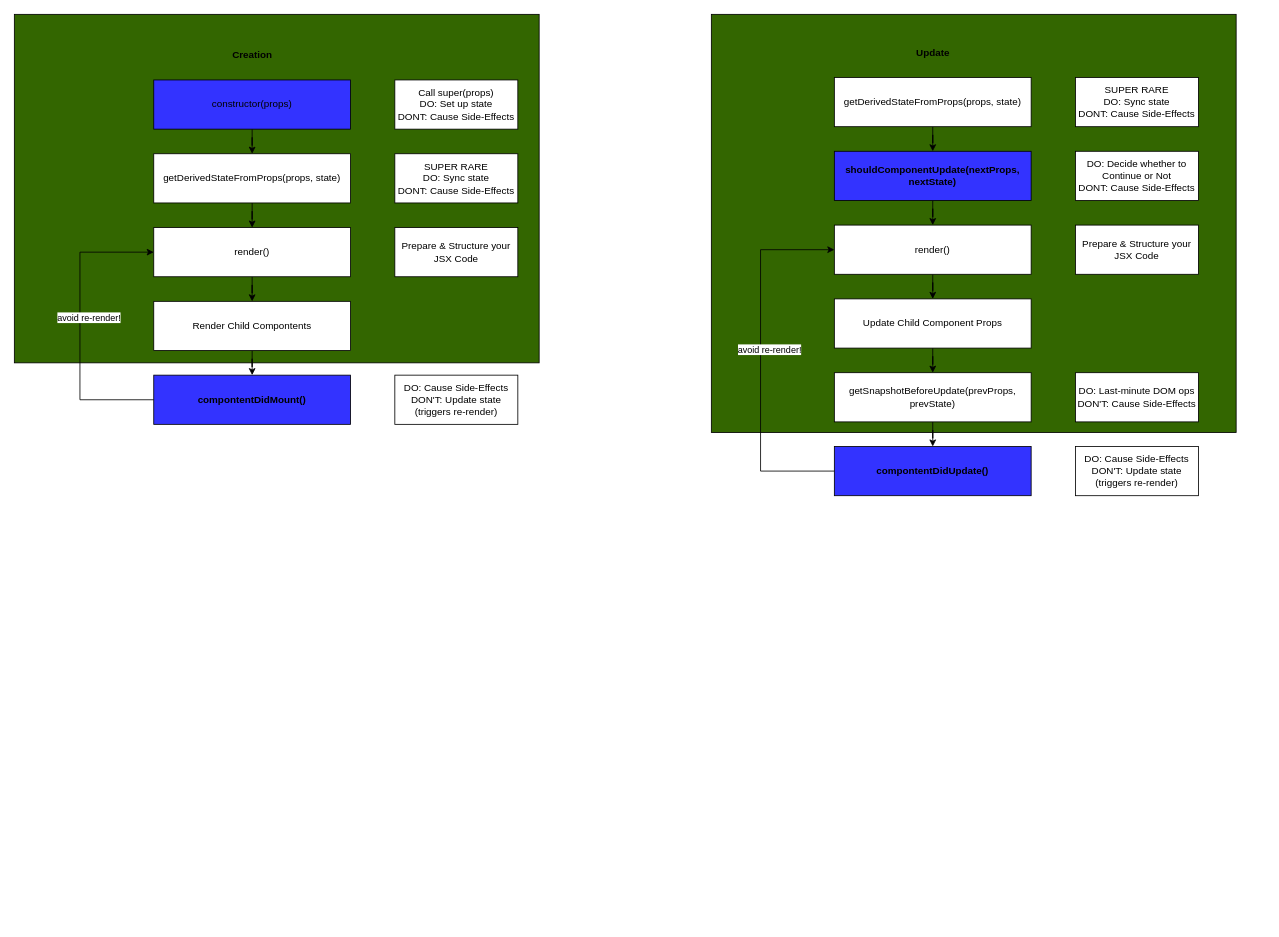
Above: docs/component-lifecycle.drawio in roylee0704/react-complete-guide (draw.io), before the change. Source tidied: cells renumbered, new cells numbered last; positions are measured from the earlier drawing's top-left corner, leaving out a move shared by most shapes. Both pictures are drawn from the tidied source at 82%, with x=0, y=0 at pixel (14, 14).
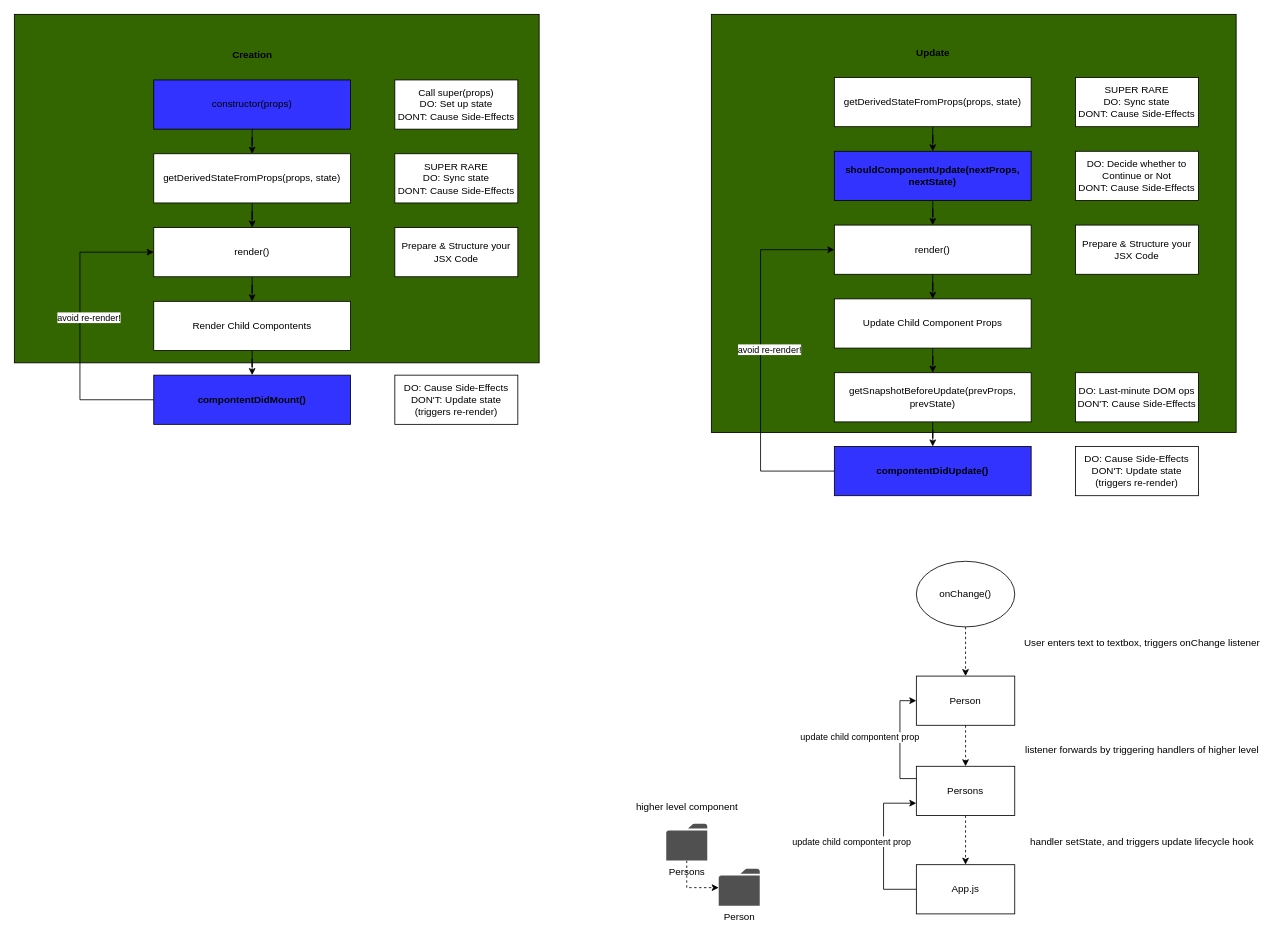
After the change.

Commit message (it also covers changes not shown here):
refac: move persons, person compontents

The edit, as a diff of the source:
```diff
@@
+    <mxCell id="39" style="edgeStyle=orthogonalEdgeStyle;rounded=0;jettySize=auto;html=1;entryX=0;entryY=0.75;entryDx=0;entryDy=0;exitX=0;exitY=0.5;exitDx=0;exitDy=0;" parent="1" edge="1" source="41" target="45">
+      <mxGeometry relative="1" as="geometry">
+        <Array as="points">
+          <mxPoint x="1060" y="1067" />
+          <mxPoint x="1060" y="962" />
+        </Array>
+      </mxGeometry>
+    </mxCell>
+    <mxCell id="40" value="update child compontent prop" style="edgeLabel;html=1;align=center;verticalAlign=middle;" parent="39" vertex="1">
+      <mxGeometry x="0.18" y="3" relative="1" as="geometry">
+        <mxPoint x="-37" y="10" as="offset" />
+      </mxGeometry>
+    </mxCell>
+    <mxCell id="41" value="App.js" style="rounded=0;whiteSpace=wrap;html=1;fillColor=none;" parent="1" vertex="1">
+      <mxGeometry x="1100" y="1037" width="120" height="60" as="geometry" />
+    </mxCell>
@@
+    <mxCell id="42" style="edgeStyle=orthogonalEdgeStyle;rounded=0;jettySize=auto;html=1;entryX=0.5;entryY=0;entryDx=0;entryDy=0;dashed=1;" parent="1" edge="1" source="45" target="41">
+      <mxGeometry relative="1" as="geometry" />
+    </mxCell>
+    <mxCell id="43" style="edgeStyle=orthogonalEdgeStyle;rounded=0;jettySize=auto;html=1;entryX=0;entryY=0.5;entryDx=0;entryDy=0;exitX=0;exitY=0.25;exitDx=0;exitDy=0;" parent="1" edge="1" source="45" target="47">
+      <mxGeometry relative="1" as="geometry" />
+    </mxCell>
+    <mxCell id="44" value="update child compontent prop" style="edgeLabel;html=1;align=center;verticalAlign=middle;" parent="43" vertex="1">
+      <mxGeometry y="-5" relative="1" as="geometry">
+        <mxPoint x="-55" y="-2.1" as="offset" />
+      </mxGeometry>
+    </mxCell>
+    <mxCell id="45" value="Persons" style="rounded=0;whiteSpace=wrap;html=1;fillColor=none;" parent="1" vertex="1">
+      <mxGeometry x="1100" y="917" width="120" height="60" as="geometry" />
+    </mxCell>
+    <mxCell id="46" style="edgeStyle=orthogonalEdgeStyle;rounded=0;jettySize=auto;html=1;dashed=1;" parent="1" edge="1" source="47" target="45">
+      <mxGeometry relative="1" as="geometry" />
+    </mxCell>
+    <mxCell id="47" value="Person" style="rounded=0;whiteSpace=wrap;html=1;fillColor=none;" parent="1" vertex="1">
+      <mxGeometry x="1100" y="807" width="120" height="60" as="geometry" />
+    </mxCell>
+    <mxCell id="48" style="edgeStyle=orthogonalEdgeStyle;rounded=0;jettySize=auto;html=1;exitX=0.5;exitY=1;exitDx=0;exitDy=0;entryX=0.5;entryY=0;entryDx=0;entryDy=0;dashed=1;" parent="1" edge="1" source="49" target="47">
+      <mxGeometry relative="1" as="geometry" />
+    </mxCell>
+    <mxCell id="49" value="onChange()" style="ellipse;whiteSpace=wrap;html=1;fillColor=none;" parent="1" vertex="1">
+      <mxGeometry x="1100" y="667" width="120" height="80" as="geometry" />
+    </mxCell>
+    <mxCell id="50" value="User enters text to textbox, triggers onChange listener" style="text;html=1;align=center;verticalAlign=middle;" parent="1" vertex="1">
+      <mxGeometry x="1225" y="757" width="300" height="20" as="geometry" />
+    </mxCell>
+    <mxCell id="51" value="listener forwards by triggering handlers of higher level" style="text;html=1;align=center;verticalAlign=middle;" parent="1" vertex="1">
+      <mxGeometry x="1225" y="887" width="300" height="20" as="geometry" />
+    </mxCell>
+    <mxCell id="52" value="handler setState, and triggers update lifecycle hook" style="text;html=1;align=center;verticalAlign=middle;" parent="1" vertex="1">
+      <mxGeometry x="1230" y="999.5" width="290" height="20" as="geometry" />
+    </mxCell>
+    <mxCell id="53" style="edgeStyle=orthogonalEdgeStyle;rounded=0;jettySize=auto;html=1;dashed=1;" parent="1" edge="1" source="54" target="55">
+      <mxGeometry relative="1" as="geometry">
+        <Array as="points">
+          <mxPoint x="820" y="1065" />
+        </Array>
+      </mxGeometry>
+    </mxCell>
+    <mxCell id="54" value="Persons" style="shadow=0;dashed=0;html=1;strokeColor=none;fillColor=#505050;labelPosition=center;verticalLabelPosition=bottom;verticalAlign=top;outlineConnect=0;align=center;shape=mxgraph.office.concepts.folder;" parent="1" vertex="1">
+      <mxGeometry x="795" y="987" width="50" height="45" as="geometry" />
+    </mxCell>
+    <mxCell id="55" value="Person" style="shadow=0;dashed=0;html=1;strokeColor=none;fillColor=#505050;labelPosition=center;verticalLabelPosition=bottom;verticalAlign=top;outlineConnect=0;align=center;shape=mxgraph.office.concepts.folder;" parent="1" vertex="1">
+      <mxGeometry x="859" y="1042" width="50" height="45" as="geometry" />
+    </mxCell>
+    <mxCell id="56" value="higher level component" style="text;html=1;align=center;verticalAlign=middle;" parent="1" vertex="1">
+      <mxGeometry x="750" y="957" width="140" height="20" as="geometry" />
+    </mxCell>
```
